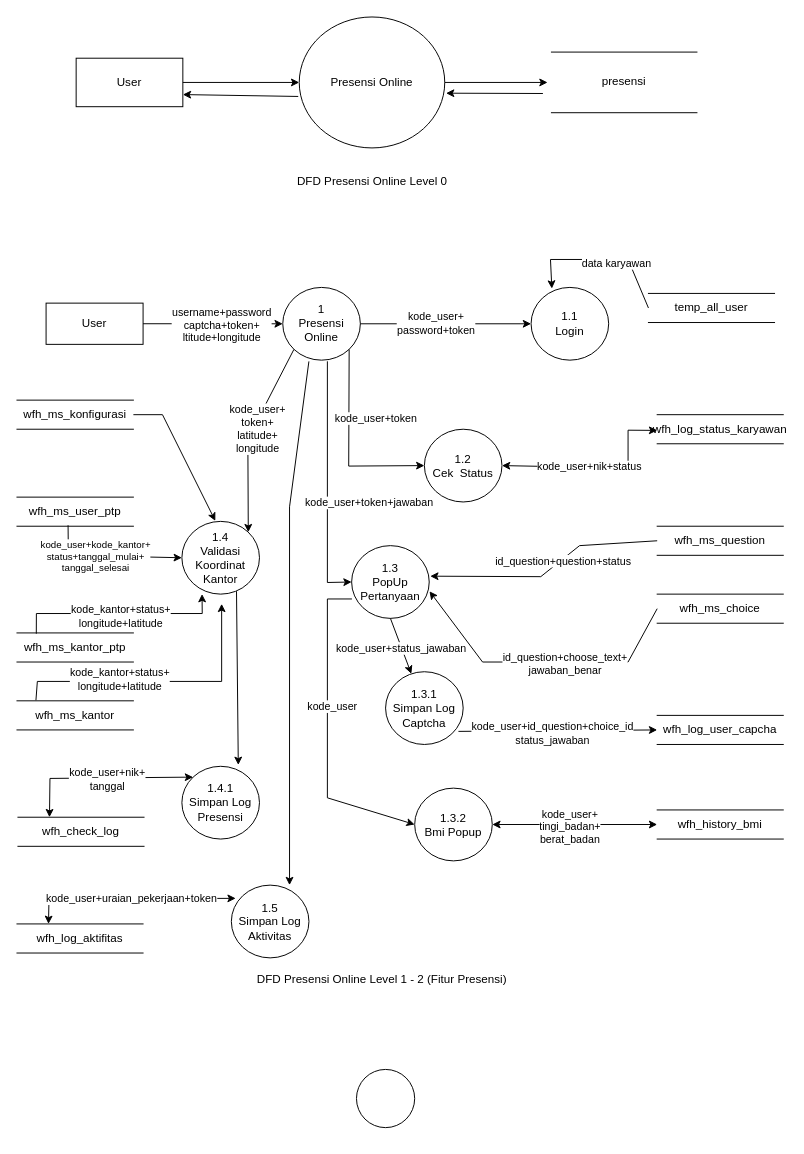
Above: presensi online.drawio in nurramdandoni/diagram-all (draw.io), before the change. Source tidied: cells renumbered, new cells numbered last; positions are measured from the earlier drawing's top-left corner, leaving out a move shared by most shapes. Both pictures are drawn from the tidied source at 97%, with x=0, y=0 at pixel (16, 16).
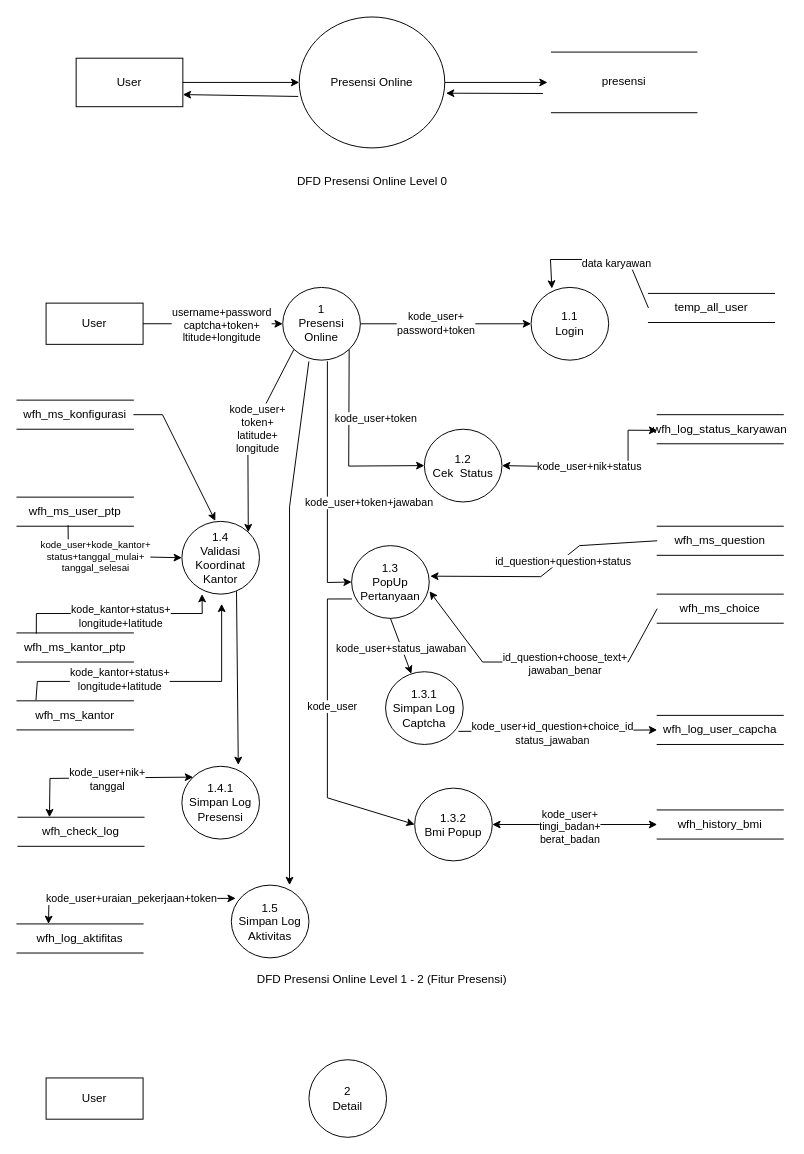
Above is the later version.

The edit, as a diff of the source:
```diff
@@
-    <mxCell id="72" style="shape=ellipse;html=1;dashed=0;whiteSpace=wrap;perimeter=ellipsePerimeter;" parent="1" vertex="1">
-      <mxGeometry x="350" y="1085" width="60" height="60" as="geometry" />
+    <mxCell id="72" value="&lt;div&gt;2&lt;/div&gt;&lt;div&gt;Detail&lt;br&gt;&lt;/div&gt;" style="shape=ellipse;html=1;dashed=0;whiteSpace=wrap;perimeter=ellipsePerimeter;" parent="1" vertex="1">
+      <mxGeometry x="301" y="1075" width="80" height="80" as="geometry" />
     </mxCell>
+    <mxCell id="73" value="User" style="html=1;dashed=0;whiteSpace=wrap;" parent="1" vertex="1">
+      <mxGeometry x="30" y="1093.8" width="100" height="42.5" as="geometry" />
+    </mxCell>
```
